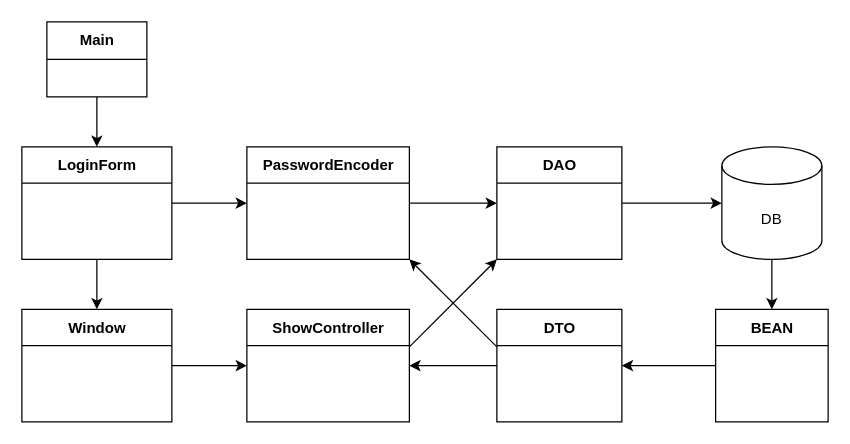
Before: class.drawio in kendama5ko/bookmap_ver_Json, a draw.io diagram. Source tidied: cells renumbered, new cells numbered last; positions are measured from the earlier drawing's top-left corner, leaving out a move shared by most shapes. Both pictures are drawn from the tidied source at 125%, with x=0, y=0 at pixel (21, 21).
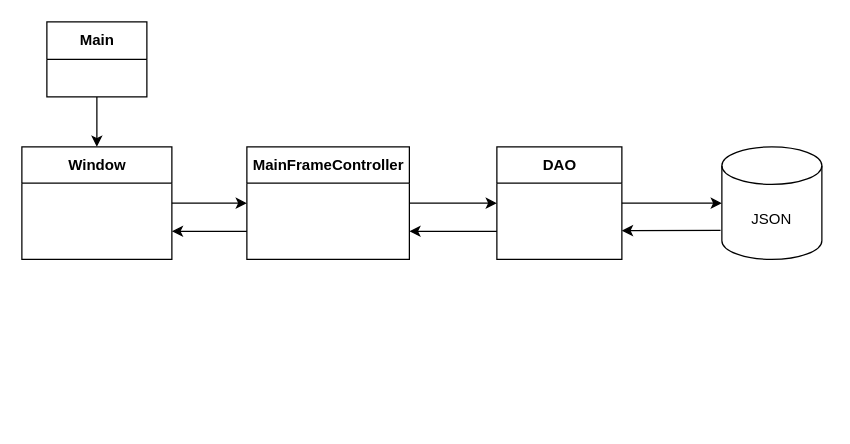
The same page after the edit.

Unchanged cells that the change refers to:
```xml
<mxCell id="5" value="Main" style="swimlane;fontStyle=1;align=center;verticalAlign=middle;horizontal=1;startSize=30;html=1;" parent="1" vertex="1">
  <mxGeometry x="20" width="80" height="60" as="geometry" />
</mxCell>
<mxCell id="14" value="DAO" style="swimlane;fontStyle=1;align=center;verticalAlign=middle;horizontal=1;startSize=29;html=1;" parent="1" vertex="1">
  <mxGeometry x="380" y="100" width="100" height="90" as="geometry" />
</mxCell>
```

Diff of the diagram source:
```diff
@@
     <mxCell id="3" value="Window" style="swimlane;fontStyle=1;align=center;verticalAlign=middle;horizontal=1;startSize=29;html=1;" parent="1" vertex="1">
-      <mxGeometry y="230" width="120" height="90" as="geometry" />
+      <mxGeometry y="100" width="120" height="90" as="geometry" />
     </mxCell>
-    <mxCell id="4" style="edgeStyle=none;html=1;entryX=0.5;entryY=0;entryDx=0;entryDy=0;" parent="1" edge="1" source="5" target="8">
-      <mxGeometry relative="1" as="geometry" />
+    <mxCell id="4" style="edgeStyle=none;html=1;entryX=0.5;entryY=0;entryDx=0;entryDy=0;" parent="1" edge="1" source="5">
+      <mxGeometry relative="1" as="geometry">
+        <mxPoint x="60" y="100" as="targetPoint" />
+      </mxGeometry>
     </mxCell>
@@
-    <mxCell id="6" style="edgeStyle=none;html=1;exitX=1;exitY=0.5;exitDx=0;exitDy=0;entryX=0;entryY=0.5;entryDx=0;entryDy=0;" parent="1" edge="1" source="8" target="19">
-      <mxGeometry relative="1" as="geometry" />
-    </mxCell>
-    <mxCell id="7" style="edgeStyle=none;html=1;entryX=0.5;entryY=0;entryDx=0;entryDy=0;" parent="1" edge="1" source="8" target="3">
-      <mxGeometry relative="1" as="geometry" />
-    </mxCell>
-    <mxCell id="8" value="LoginForm" style="swimlane;fontStyle=1;align=center;verticalAlign=middle;horizontal=1;startSize=29;html=1;" parent="1" vertex="1">
-      <mxGeometry y="100" width="120" height="90" as="geometry" />
-    </mxCell>
-    <mxCell id="9" style="edgeStyle=none;html=1;exitX=0;exitY=0.5;exitDx=0;exitDy=0;entryX=1;entryY=0.5;entryDx=0;entryDy=0;" parent="1" edge="1" source="10" target="17">
-      <mxGeometry relative="1" as="geometry" />
-    </mxCell>
-    <mxCell id="10" value="BEAN" style="swimlane;fontStyle=1;align=center;verticalAlign=middle;horizontal=1;startSize=29;html=1;" parent="1" vertex="1">
-      <mxGeometry x="555" y="230" width="90" height="90" as="geometry" />
-    </mxCell>
-    <mxCell id="11" style="edgeStyle=none;html=1;entryX=0;entryY=1;entryDx=0;entryDy=0;" parent="1" edge="1" target="14">
-      <mxGeometry relative="1" as="geometry">
-        <mxPoint x="310" y="260" as="sourcePoint" />
-      </mxGeometry>
-    </mxCell>
-    <mxCell id="12" value="ShowController" style="swimlane;fontStyle=1;align=center;verticalAlign=middle;horizontal=1;startSize=29;html=1;" parent="1" vertex="1">
-      <mxGeometry x="180" y="230" width="130" height="90" as="geometry" />
+    <mxCell id="12" value="MainFrameController" style="swimlane;fontStyle=1;align=center;verticalAlign=middle;horizontal=1;startSize=29;html=1;" parent="1" vertex="1">
+      <mxGeometry x="180" y="100" width="130" height="90" as="geometry" />
     </mxCell>
@@
-    <mxCell id="15" style="edgeStyle=none;html=1;exitX=0;exitY=0.5;exitDx=0;exitDy=0;entryX=1;entryY=0.5;entryDx=0;entryDy=0;" parent="1" edge="1" source="17" target="12">
-      <mxGeometry relative="1" as="geometry" />
-    </mxCell>
-    <mxCell id="16" style="edgeStyle=none;html=1;entryX=1;entryY=1;entryDx=0;entryDy=0;" parent="1" edge="1" target="19">
-      <mxGeometry relative="1" as="geometry">
-        <mxPoint x="380" y="260" as="sourcePoint" />
-      </mxGeometry>
-    </mxCell>
-    <mxCell id="17" value="DTO" style="swimlane;fontStyle=1;align=center;verticalAlign=middle;horizontal=1;startSize=29;html=1;" parent="1" vertex="1">
-      <mxGeometry x="380" y="230" width="100" height="90" as="geometry" />
-    </mxCell>
-    <mxCell id="18" style="edgeStyle=none;html=1;entryX=0;entryY=0.5;entryDx=0;entryDy=0;" parent="1" edge="1" source="19" target="14">
-      <mxGeometry relative="1" as="geometry" />
+    <mxCell id="18" style="edgeStyle=none;html=1;entryX=0;entryY=0.5;entryDx=0;entryDy=0;" parent="1" edge="1" target="14">
+      <mxGeometry relative="1" as="geometry">
+        <mxPoint x="310" y="145" as="sourcePoint" />
+      </mxGeometry>
     </mxCell>
-    <mxCell id="19" value="PasswordEncoder" style="swimlane;fontStyle=1;align=center;verticalAlign=middle;horizontal=1;startSize=29;html=1;" parent="1" vertex="1">
-      <mxGeometry x="180" y="100" width="130" height="90" as="geometry" />
-    </mxCell>
-    <mxCell id="20" style="edgeStyle=none;html=1;exitX=0.5;exitY=1;exitDx=0;exitDy=0;exitPerimeter=0;entryX=0.5;entryY=0;entryDx=0;entryDy=0;" parent="1" edge="1" source="21" target="10">
-      <mxGeometry relative="1" as="geometry" />
-    </mxCell>
-    <mxCell id="21" value="DB" style="shape=cylinder3;whiteSpace=wrap;html=1;boundedLbl=1;backgroundOutline=1;size=15;" parent="1" vertex="1">
+    <mxCell id="21" value="JSON&lt;br&gt;" style="shape=cylinder3;whiteSpace=wrap;html=1;boundedLbl=1;backgroundOutline=1;size=15;" parent="1" vertex="1">
       <mxGeometry x="560" y="100" width="80" height="90" as="geometry" />
     </mxCell>
+    <mxCell id="22" style="edgeStyle=none;html=1;exitX=-0.013;exitY=0.743;exitDx=0;exitDy=0;exitPerimeter=0;" parent="1" edge="1" source="21">
+      <mxGeometry relative="1" as="geometry">
+        <mxPoint x="480" y="167" as="targetPoint" />
+      </mxGeometry>
+    </mxCell>
+    <mxCell id="23" style="edgeStyle=none;html=1;exitX=0;exitY=0.75;exitDx=0;exitDy=0;entryX=1;entryY=0.75;entryDx=0;entryDy=0;" parent="1" edge="1" source="14" target="12">
+      <mxGeometry relative="1" as="geometry" />
+    </mxCell>
+    <mxCell id="24" style="edgeStyle=none;html=1;exitX=0;exitY=0.75;exitDx=0;exitDy=0;entryX=1;entryY=0.75;entryDx=0;entryDy=0;" parent="1" edge="1" source="12" target="3">
+      <mxGeometry relative="1" as="geometry" />
+    </mxCell>
```
